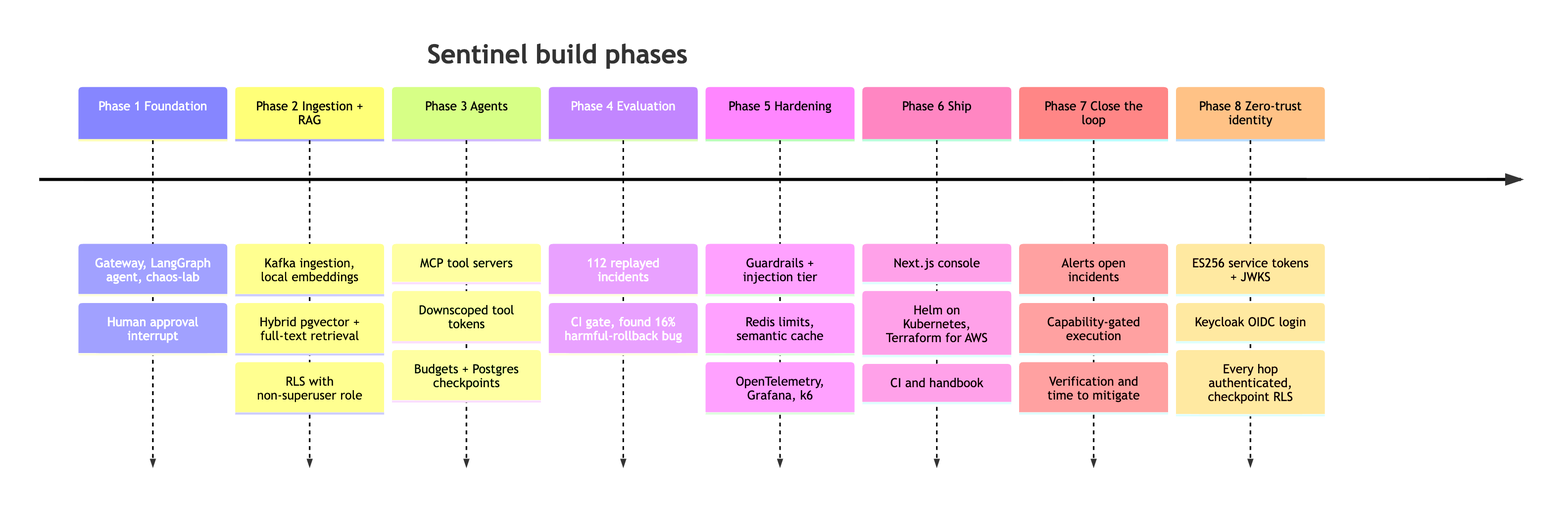
Above: docs/handbook/images/01-timeline.png in abdulmdev/sentinel-incident-copilot (Mermaid), before the change. Its source is kept beside it as docs/handbook/diagrams/01-timeline.mmd. The source it was exported from:
```mermaid
timeline
  title Sentinel build phases
  Phase 1 Foundation : Gateway, LangGraph agent, chaos-lab : Human approval interrupt
  Phase 2 Ingestion + RAG : Kafka ingestion, local embeddings : Hybrid pgvector + full-text retrieval : RLS with non-superuser role
  Phase 3 Agents : MCP tool servers : Downscoped tool tokens : Budgets + Postgres checkpoints
  Phase 4 Evaluation : 112 replayed incidents : CI gate, found 16% harmful-rollback bug
  Phase 5 Hardening : Guardrails + injection tier : Redis limits, semantic cache : OpenTelemetry, Grafana, k6
  Phase 6 Ship : Next.js console : Helm on Kubernetes, Terraform for AWS : CI and handbook
  Phase 7 Close the loop : Alerts open incidents : Capability-gated execution : Verification and time to mitigate
  Phase 8 Zero-trust identity : ES256 service tokens + JWKS : Keycloak OIDC login : Every hop authenticated, checkpoint RLS
```
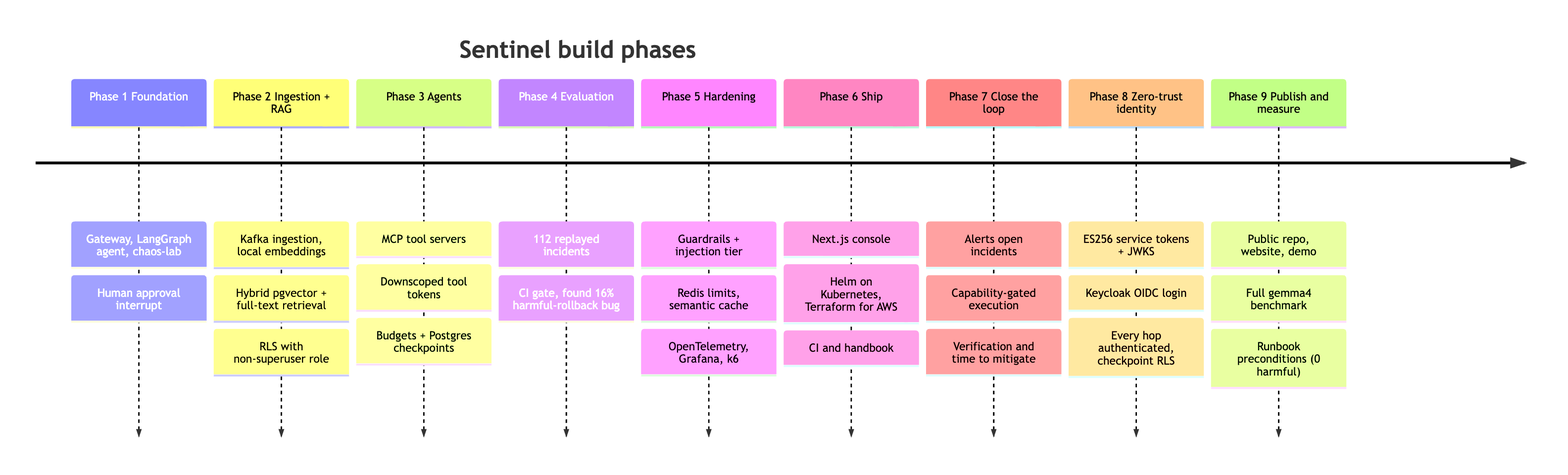
After the change.

Diff of the diagram source:
```diff
@@ -8,3 +8,4 @@
   Phase 6 Ship : Next.js console : Helm on Kubernetes, Terraform for AWS : CI and handbook
   Phase 7 Close the loop : Alerts open incidents : Capability-gated execution : Verification and time to mitigate
   Phase 8 Zero-trust identity : ES256 service tokens + JWKS : Keycloak OIDC login : Every hop authenticated, checkpoint RLS
+  Phase 9 Publish and measure : Public repo, website, demo : Full gemma4 benchmark : Runbook preconditions (0 harmful)
```
